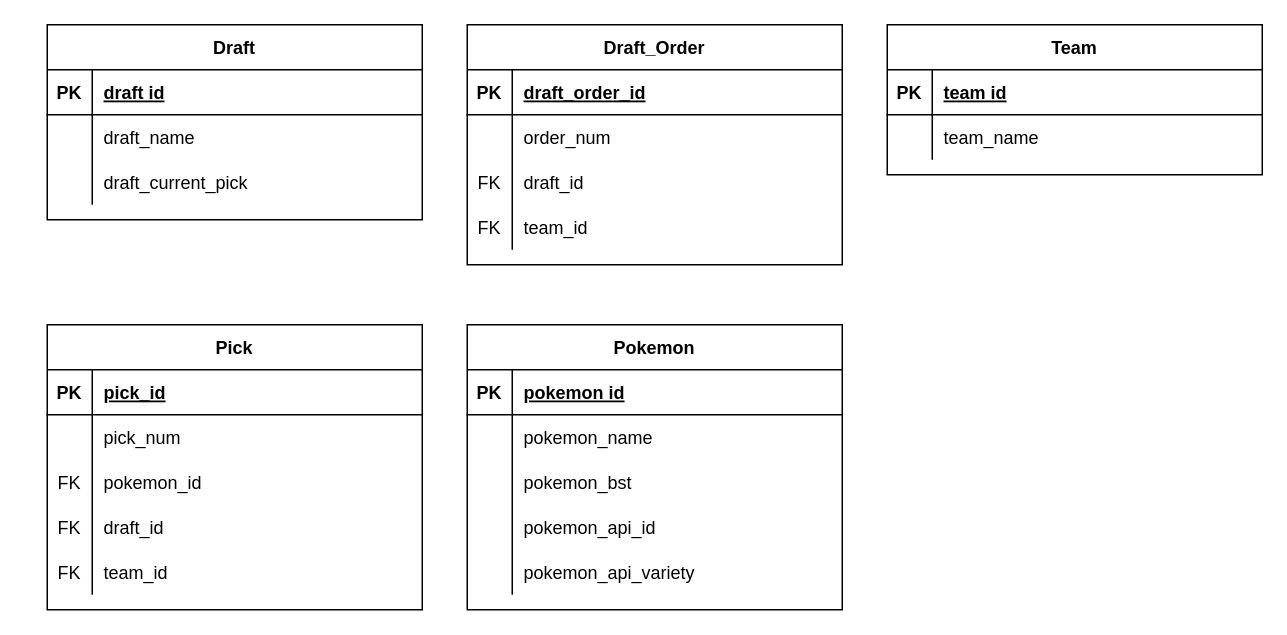
Above: pkmndraft.drawio in getll/pkmndraft (draw.io), before the change. Source tidied: cells renumbered, new cells numbered last; positions are measured from the earlier drawing's top-left corner, leaving out a move shared by most shapes. Both pictures are drawn from the tidied source at 150%, with x=0, y=0 at pixel (46, 24).
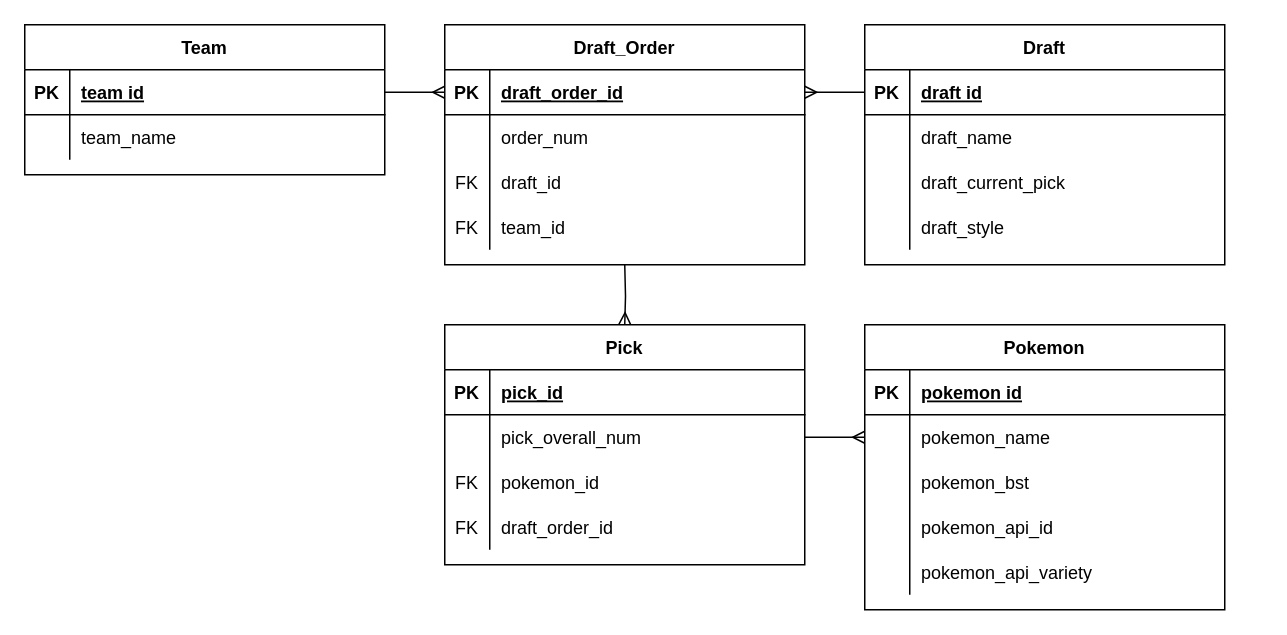
After the change.

What changed in the source:
```diff
@@
     <mxCell id="2" value="Pokemon" style="shape=table;startSize=30;childLayout=tableLayout;rowLines=0;fontStyle=1;align=center;" parent="1" vertex="1">
-      <mxGeometry x="280" y="200" width="250" height="190" as="geometry" />
+      <mxGeometry x="545" y="200" width="240" height="190" as="geometry" />
     </mxCell>
     <mxCell id="3" style="shape=partialRectangle;fillColor=none;top=0;left=0;right=0;bottom=1;" parent="2" vertex="1">
-      <mxGeometry y="30" width="250" height="30" as="geometry" />
+      <mxGeometry y="30" width="240" height="30" as="geometry" />
     </mxCell>
@@
     <mxCell id="5" value="pokemon id" style="shape=partialRectangle;overflow=hidden;fillColor=none;top=0;left=0;bottom=0;right=0;align=left;spacingLeft=6;fontStyle=5;" parent="3" vertex="1">
-      <mxGeometry x="30" width="220" height="30" as="geometry" />
+      <mxGeometry x="30" width="210" height="30" as="geometry" />
     </mxCell>
     <mxCell id="6" style="shape=partialRectangle;fillColor=none;points=[[0,0.5],[1,0.5]];portConstraint=eastwest;top=0;left=0;right=0;bottom=0;" parent="2" vertex="1">
-      <mxGeometry y="60" width="250" height="30" as="geometry" />
+      <mxGeometry y="60" width="240" height="30" as="geometry" />
     </mxCell>
@@
     <mxCell id="8" value="pokemon_name" style="shape=partialRectangle;overflow=hidden;fillColor=none;top=0;left=0;bottom=0;right=0;align=left;spacingLeft=6;" parent="6" vertex="1">
-      <mxGeometry x="30" width="220" height="30" as="geometry" />
+      <mxGeometry x="30" width="210" height="30" as="geometry" />
     </mxCell>
     <mxCell id="9" style="shape=partialRectangle;fillColor=none;top=0;left=0;right=0;bottom=0;" parent="2" vertex="1">
-      <mxGeometry y="90" width="250" height="30" as="geometry" />
+      <mxGeometry y="90" width="240" height="30" as="geometry" />
     </mxCell>
@@
     <mxCell id="11" value="pokemon_bst" style="shape=partialRectangle;overflow=hidden;fillColor=none;top=0;left=0;bottom=0;right=0;align=left;spacingLeft=6;" parent="9" vertex="1">
-      <mxGeometry x="30" width="220" height="30" as="geometry" />
+      <mxGeometry x="30" width="210" height="30" as="geometry" />
     </mxCell>
     <mxCell id="12" style="shape=partialRectangle;fillColor=none;top=0;left=0;right=0;bottom=0;" parent="2" vertex="1">
-      <mxGeometry y="120" width="250" height="30" as="geometry" />
+      <mxGeometry y="120" width="240" height="30" as="geometry" />
     </mxCell>
@@
     <mxCell id="14" value="pokemon_api_id" style="shape=partialRectangle;overflow=hidden;fillColor=none;top=0;left=0;bottom=0;right=0;align=left;spacingLeft=6;" parent="12" vertex="1">
-      <mxGeometry x="30" width="220" height="30" as="geometry" />
+      <mxGeometry x="30" width="210" height="30" as="geometry" />
     </mxCell>
     <mxCell id="15" style="shape=partialRectangle;fillColor=none;top=0;left=0;right=0;bottom=0;" parent="2" vertex="1">
-      <mxGeometry y="150" width="250" height="30" as="geometry" />
+      <mxGeometry y="150" width="240" height="30" as="geometry" />
     </mxCell>
@@
     <mxCell id="17" value="pokemon_api_variety" style="shape=partialRectangle;overflow=hidden;fillColor=none;top=0;left=0;bottom=0;right=0;align=left;spacingLeft=6;" parent="15" vertex="1">
-      <mxGeometry x="30" width="220" height="30" as="geometry" />
+      <mxGeometry x="30" width="210" height="30" as="geometry" />
     </mxCell>
     <mxCell id="18" value="Team" style="shape=table;startSize=30;childLayout=tableLayout;rowLines=0;fontStyle=1;align=center;" parent="1" vertex="1">
-      <mxGeometry x="560" width="250" height="100" as="geometry" />
+      <mxGeometry x="-15" width="240" height="100" as="geometry" />
     </mxCell>
     <mxCell id="19" style="shape=partialRectangle;fillColor=none;points=[[0,0.5],[1,0.5]];portConstraint=eastwest;top=0;left=0;right=0;bottom=1;" parent="18" vertex="1">
-      <mxGeometry y="30" width="250" height="30" as="geometry" />
+      <mxGeometry y="30" width="240" height="30" as="geometry" />
     </mxCell>
@@
     <mxCell id="21" value="team id" style="shape=partialRectangle;overflow=hidden;fillColor=none;top=0;left=0;bottom=0;right=0;align=left;spacingLeft=6;fontStyle=5;" parent="19" vertex="1">
-      <mxGeometry x="30" width="220" height="30" as="geometry" />
+      <mxGeometry x="30" width="210" height="30" as="geometry" />
     </mxCell>
     <mxCell id="22" style="shape=partialRectangle;fillColor=none;top=0;left=0;right=0;bottom=0;" parent="18" vertex="1">
-      <mxGeometry y="60" width="250" height="30" as="geometry" />
+      <mxGeometry y="60" width="240" height="30" as="geometry" />
     </mxCell>
@@
     <mxCell id="24" value="team_name" style="shape=partialRectangle;overflow=hidden;fillColor=none;top=0;left=0;bottom=0;right=0;align=left;spacingLeft=6;" parent="22" vertex="1">
-      <mxGeometry x="30" width="220" height="30" as="geometry" />
+      <mxGeometry x="30" width="210" height="30" as="geometry" />
     </mxCell>
+    <mxCell id="64" style="edgeStyle=orthogonalEdgeStyle;rounded=0;jettySize=auto;html=1;entryX=0.5;entryY=0;entryDx=0;entryDy=0;endArrow=ERmany;endFill=0;" parent="1" edge="1" target="35">
+      <mxGeometry relative="1" as="geometry">
+        <mxPoint x="385" y="160" as="sourcePoint" />
+      </mxGeometry>
+    </mxCell>
     <mxCell id="25" value="Draft" style="shape=table;startSize=30;childLayout=tableLayout;rowLines=0;fontStyle=1;align=center;" parent="1" vertex="1">
-      <mxGeometry width="250" height="130" as="geometry" />
+      <mxGeometry x="545" width="240" height="160" as="geometry" />
     </mxCell>
     <mxCell id="26" style="shape=partialRectangle;fillColor=none;points=[[0,0.5],[1,0.5]];portConstraint=eastwest;top=0;left=0;right=0;bottom=1;" parent="25" vertex="1">
-      <mxGeometry y="30" width="250" height="30" as="geometry" />
+      <mxGeometry y="30" width="240" height="30" as="geometry" />
     </mxCell>
@@
     <mxCell id="28" value="draft id" style="shape=partialRectangle;overflow=hidden;fillColor=none;top=0;left=0;bottom=0;right=0;align=left;spacingLeft=6;fontStyle=5;" parent="26" vertex="1">
-      <mxGeometry x="30" width="220" height="30" as="geometry" />
+      <mxGeometry x="30" width="210" height="30" as="geometry" />
     </mxCell>
     <mxCell id="29" style="shape=partialRectangle;fillColor=none;top=0;left=0;right=0;bottom=0;" parent="25" vertex="1">
-      <mxGeometry y="60" width="250" height="30" as="geometry" />
+      <mxGeometry y="60" width="240" height="30" as="geometry" />
     </mxCell>
@@
     <mxCell id="31" value="draft_name" style="shape=partialRectangle;overflow=hidden;fillColor=none;top=0;left=0;bottom=0;right=0;align=left;spacingLeft=6;" parent="29" vertex="1">
-      <mxGeometry x="30" width="220" height="30" as="geometry" />
+      <mxGeometry x="30" width="210" height="30" as="geometry" />
     </mxCell>
     <mxCell id="32" style="shape=partialRectangle;fillColor=none;top=0;left=0;right=0;bottom=0;" parent="25" vertex="1">
-      <mxGeometry y="90" width="250" height="30" as="geometry" />
+      <mxGeometry y="90" width="240" height="30" as="geometry" />
     </mxCell>
@@
     <mxCell id="34" value="draft_current_pick" style="shape=partialRectangle;overflow=hidden;fillColor=none;top=0;left=0;bottom=0;right=0;align=left;spacingLeft=6;" parent="32" vertex="1">
-      <mxGeometry x="30" width="220" height="30" as="geometry" />
+      <mxGeometry x="30" width="210" height="30" as="geometry" />
     </mxCell>
+    <mxCell id="65" style="shape=partialRectangle;fillColor=none;top=0;left=0;right=0;bottom=0;" parent="25" vertex="1">
+      <mxGeometry y="120" width="240" height="30" as="geometry" />
+    </mxCell>
+    <mxCell id="66" style="shape=partialRectangle;overflow=hidden;fillColor=none;top=0;left=0;bottom=0;right=0;" parent="65" vertex="1">
+      <mxGeometry width="30" height="30" as="geometry" />
+    </mxCell>
+    <mxCell id="67" value="draft_style" style="shape=partialRectangle;overflow=hidden;fillColor=none;top=0;left=0;bottom=0;right=0;align=left;spacingLeft=6;" parent="65" vertex="1">
+      <mxGeometry x="30" width="210" height="30" as="geometry" />
+    </mxCell>
     <mxCell id="35" value="Pick" style="shape=table;startSize=30;childLayout=tableLayout;rowLines=0;fontStyle=1;align=center;" parent="1" vertex="1">
-      <mxGeometry y="200" width="250" height="190" as="geometry" />
+      <mxGeometry x="265" y="200" width="240" height="160" as="geometry" />
     </mxCell>
     <mxCell id="36" style="shape=partialRectangle;fillColor=none;top=0;left=0;right=0;bottom=1;" parent="35" vertex="1">
-      <mxGeometry y="30" width="250" height="30" as="geometry" />
+      <mxGeometry y="30" width="240" height="30" as="geometry" />
     </mxCell>
@@
     <mxCell id="38" value="pick_id" style="shape=partialRectangle;overflow=hidden;fillColor=none;top=0;left=0;bottom=0;right=0;align=left;spacingLeft=6;fontStyle=5;" parent="36" vertex="1">
-      <mxGeometry x="30" width="220" height="30" as="geometry" />
+      <mxGeometry x="30" width="210" height="30" as="geometry" />
     </mxCell>
     <mxCell id="39" style="shape=partialRectangle;fillColor=none;points=[[0,0.5],[1,0.5]];portConstraint=eastwest;top=0;left=0;right=0;bottom=0;" parent="35" vertex="1">
-      <mxGeometry y="60" width="250" height="30" as="geometry" />
+      <mxGeometry y="60" width="240" height="30" as="geometry" />
     </mxCell>
@@
-    <mxCell id="41" value="pick_num" style="shape=partialRectangle;overflow=hidden;fillColor=none;top=0;left=0;bottom=0;right=0;align=left;spacingLeft=6;" parent="39" vertex="1">
-      <mxGeometry x="30" width="220" height="30" as="geometry" />
+    <mxCell id="41" value="pick_overall_num" style="shape=partialRectangle;overflow=hidden;fillColor=none;top=0;left=0;bottom=0;right=0;align=left;spacingLeft=6;" parent="39" vertex="1">
+      <mxGeometry x="30" width="210" height="30" as="geometry" />
     </mxCell>
     <mxCell id="42" style="shape=partialRectangle;fillColor=none;top=0;left=0;right=0;bottom=0;" parent="35" vertex="1">
-      <mxGeometry y="90" width="250" height="30" as="geometry" />
+      <mxGeometry y="90" width="240" height="30" as="geometry" />
     </mxCell>
@@
     <mxCell id="44" value="pokemon_id" style="shape=partialRectangle;overflow=hidden;fillColor=none;top=0;left=0;bottom=0;right=0;align=left;spacingLeft=6;" parent="42" vertex="1">
-      <mxGeometry x="30" width="220" height="30" as="geometry" />
+      <mxGeometry x="30" width="210" height="30" as="geometry" />
     </mxCell>
     <mxCell id="45" style="shape=partialRectangle;fillColor=none;top=0;left=0;right=0;bottom=0;" parent="35" vertex="1">
-      <mxGeometry y="120" width="250" height="30" as="geometry" />
+      <mxGeometry y="120" width="240" height="30" as="geometry" />
     </mxCell>
@@
-    <mxCell id="47" value="draft_id" style="shape=partialRectangle;overflow=hidden;fillColor=none;top=0;left=0;bottom=0;right=0;align=left;spacingLeft=6;" parent="45" vertex="1">
-      <mxGeometry x="30" width="220" height="30" as="geometry" />
+    <mxCell id="47" value="draft_order_id" style="shape=partialRectangle;overflow=hidden;fillColor=none;top=0;left=0;bottom=0;right=0;align=left;spacingLeft=6;" parent="45" vertex="1">
+      <mxGeometry x="30" width="210" height="30" as="geometry" />
     </mxCell>
-    <mxCell id="48" style="shape=partialRectangle;fillColor=none;top=0;left=0;right=0;bottom=0;" parent="35" vertex="1">
-      <mxGeometry y="150" width="250" height="30" as="geometry" />
-    </mxCell>
-    <mxCell id="49" value="FK" style="shape=partialRectangle;overflow=hidden;fillColor=none;top=0;left=0;bottom=0;right=0;" parent="48" vertex="1">
-      <mxGeometry width="30" height="30" as="geometry" />
-    </mxCell>
-    <mxCell id="50" value="team_id" style="shape=partialRectangle;overflow=hidden;fillColor=none;top=0;left=0;bottom=0;right=0;align=left;spacingLeft=6;" parent="48" vertex="1">
-      <mxGeometry x="30" width="220" height="30" as="geometry" />
-    </mxCell>
     <mxCell id="51" value="Draft_Order" style="shape=table;startSize=30;childLayout=tableLayout;rowLines=0;fontStyle=1;align=center;" parent="1" vertex="1">
-      <mxGeometry x="280" width="250" height="160" as="geometry" />
+      <mxGeometry x="265" width="240" height="160" as="geometry" />
     </mxCell>
     <mxCell id="52" style="shape=partialRectangle;fillColor=none;points=[[0,0.5],[1,0.5]];portConstraint=eastwest;top=0;left=0;right=0;bottom=1;" parent="51" vertex="1">
-      <mxGeometry y="30" width="250" height="30" as="geometry" />
+      <mxGeometry y="30" width="240" height="30" as="geometry" />
     </mxCell>
@@
     <mxCell id="54" value="draft_order_id" style="shape=partialRectangle;overflow=hidden;fillColor=none;top=0;left=0;bottom=0;right=0;align=left;spacingLeft=6;fontStyle=5;" parent="52" vertex="1">
-      <mxGeometry x="30" width="220" height="30" as="geometry" />
+      <mxGeometry x="30" width="210" height="30" as="geometry" />
     </mxCell>
     <mxCell id="55" style="shape=partialRectangle;fillColor=none;top=0;left=0;right=0;bottom=0;" parent="51" vertex="1">
-      <mxGeometry y="60" width="250" height="30" as="geometry" />
+      <mxGeometry y="60" width="240" height="30" as="geometry" />
     </mxCell>
@@
     <mxCell id="57" value="order_num" style="shape=partialRectangle;overflow=hidden;fillColor=none;top=0;left=0;bottom=0;right=0;align=left;spacingLeft=6;" parent="55" vertex="1">
-      <mxGeometry x="30" width="220" height="30" as="geometry" />
+      <mxGeometry x="30" width="210" height="30" as="geometry" />
     </mxCell>
     <mxCell id="58" style="shape=partialRectangle;fillColor=none;top=0;left=0;right=0;bottom=0;" parent="51" vertex="1">
-      <mxGeometry y="90" width="250" height="30" as="geometry" />
+      <mxGeometry y="90" width="240" height="30" as="geometry" />
     </mxCell>
@@
     <mxCell id="60" value="draft_id" style="shape=partialRectangle;overflow=hidden;fillColor=none;top=0;left=0;bottom=0;right=0;align=left;spacingLeft=6;" parent="58" vertex="1">
-      <mxGeometry x="30" width="220" height="30" as="geometry" />
+      <mxGeometry x="30" width="210" height="30" as="geometry" />
     </mxCell>
     <mxCell id="61" style="shape=partialRectangle;fillColor=none;top=0;left=0;right=0;bottom=0;" parent="51" vertex="1">
-      <mxGeometry y="120" width="250" height="30" as="geometry" />
+      <mxGeometry y="120" width="240" height="30" as="geometry" />
     </mxCell>
@@
     <mxCell id="63" value="team_id" style="shape=partialRectangle;overflow=hidden;fillColor=none;top=0;left=0;bottom=0;right=0;align=left;spacingLeft=6;" parent="61" vertex="1">
-      <mxGeometry x="30" width="220" height="30" as="geometry" />
+      <mxGeometry x="30" width="210" height="30" as="geometry" />
     </mxCell>
+    <mxCell id="68" style="edgeStyle=orthogonalEdgeStyle;rounded=0;jettySize=auto;html=1;endArrow=ERmany;endFill=0;entryX=1;entryY=0.5;entryDx=0;entryDy=0;" parent="1" edge="1" source="26" target="52">
+      <mxGeometry relative="1" as="geometry" />
+    </mxCell>
+    <mxCell id="69" style="edgeStyle=orthogonalEdgeStyle;rounded=0;jettySize=auto;html=1;entryX=0;entryY=0.5;entryDx=0;entryDy=0;endArrow=ERmany;endFill=0;" parent="1" edge="1" source="39" target="6">
+      <mxGeometry relative="1" as="geometry" />
+    </mxCell>
+    <mxCell id="70" style="edgeStyle=orthogonalEdgeStyle;rounded=0;jettySize=auto;html=1;endArrow=ERmany;endFill=0;exitX=1;exitY=0.5;exitDx=0;exitDy=0;entryX=0;entryY=0.5;entryDx=0;entryDy=0;" parent="1" edge="1" source="19" target="52">
+      <mxGeometry relative="1" as="geometry" />
+    </mxCell>
```
